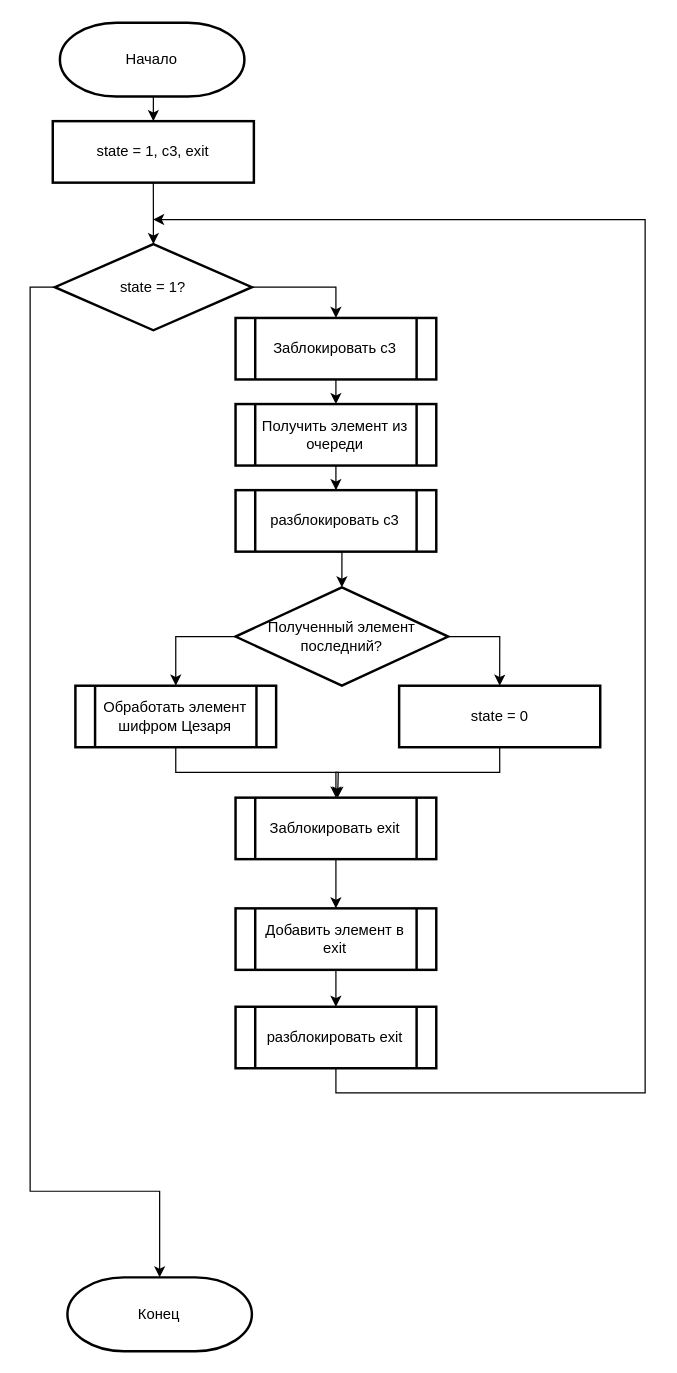
Before: page "Страница 3" (3 of 4) of Лаб5/Отчет/src/Parallel.drawio in seregadanser/BMSTU_AA_Labs, a draw.io diagram. Source tidied: cells renumbered, new cells numbered last; positions are measured from the earlier drawing's top-left corner, leaving out a move shared by most shapes. Both pictures are drawn from the tidied source at 123%, with x=0, y=0 at pixel (30, 22).
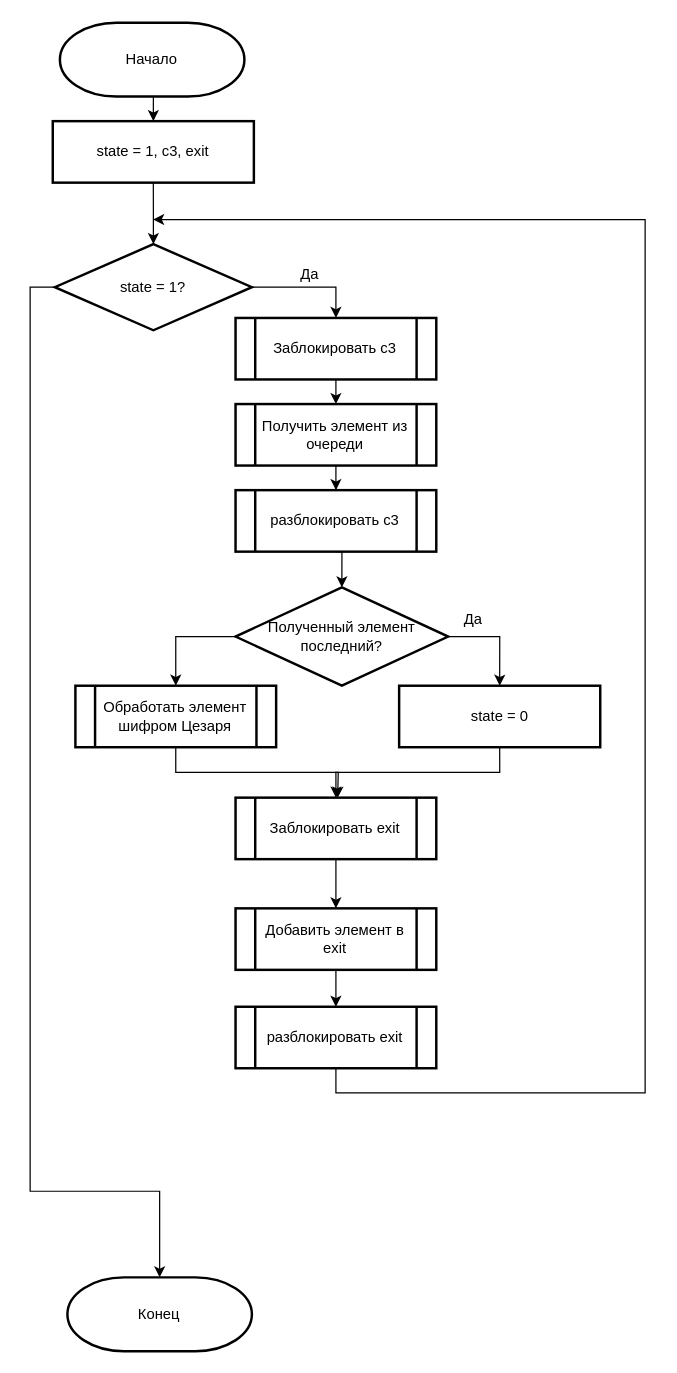
The same diagram, later.

What changed in the source:
```diff
@@
+    <mxCell id="29" value="Да" style="text;html=1;align=center;verticalAlign=middle;strokeColor=none;fillColor=none;" parent="1" vertex="1">
+      <mxGeometry x="207" y="190" width="40" height="30" as="geometry" />
+    </mxCell>
+    <mxCell id="30" value="Да" style="text;html=1;align=center;verticalAlign=middle;strokeColor=none;fillColor=none;" parent="1" vertex="1">
+      <mxGeometry x="339.9" y="470" width="40" height="30" as="geometry" />
+    </mxCell>
```
